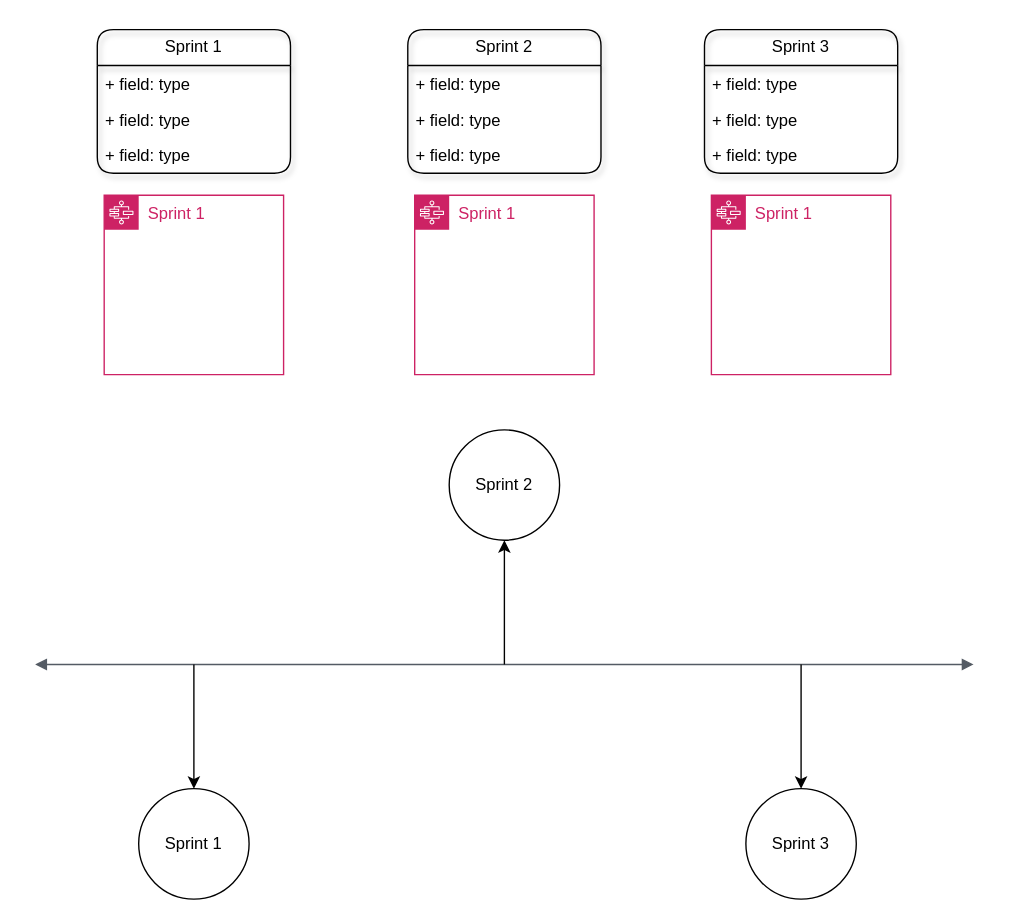
Before: Project: Agile Software Engineering Diagram 2.drawio in Matasem-h/SimpleFlowcharts, a draw.io diagram. Source tidied: cells renumbered, new cells numbered last; positions are measured from the earlier drawing's top-left corner, leaving out a move shared by most shapes. Both pictures are drawn from the tidied source at 138%, with x=0, y=0 at pixel (34, 29).
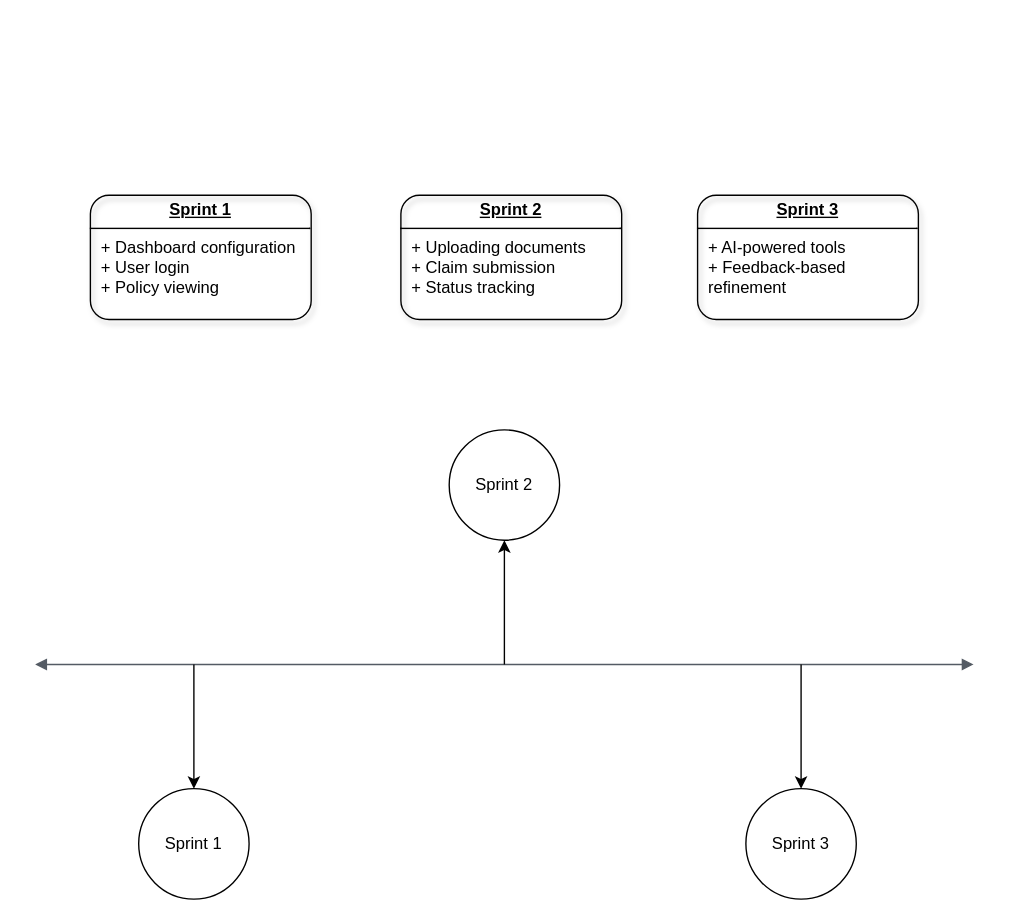
After the change.

Diff of the diagram source:
```diff
@@
-    <mxCell id="9" value="Sprint 1" style="gradientColor=none;html=1;whiteSpace=wrap;fontSize=12;fontStyle=0;shape=mxgraph.aws4.group;grIcon=mxgraph.aws4.group_aws_step_functions_workflow;strokeColor=#CD2264;fillColor=none;verticalAlign=top;align=left;spacingLeft=30;fontColor=#CD2264;dashed=0;" parent="1" vertex="1">
-      <mxGeometry x="50" y="120" width="130" height="130" as="geometry" />
-    </mxCell>
-    <mxCell id="10" value="Sprint 1" style="gradientColor=none;html=1;whiteSpace=wrap;fontSize=12;fontStyle=0;shape=mxgraph.aws4.group;grIcon=mxgraph.aws4.group_aws_step_functions_workflow;strokeColor=#CD2264;fillColor=none;verticalAlign=top;align=left;spacingLeft=30;fontColor=#CD2264;dashed=0;" parent="1" vertex="1">
-      <mxGeometry x="275" y="120" width="130" height="130" as="geometry" />
-    </mxCell>
-    <mxCell id="11" value="Sprint 1" style="gradientColor=none;html=1;whiteSpace=wrap;fontSize=12;fontStyle=0;shape=mxgraph.aws4.group;grIcon=mxgraph.aws4.group_aws_step_functions_workflow;strokeColor=#CD2264;fillColor=none;verticalAlign=top;align=left;spacingLeft=30;fontColor=#CD2264;dashed=0;" parent="1" vertex="1">
-      <mxGeometry x="490" y="120" width="130" height="130" as="geometry" />
-    </mxCell>
-    <mxCell id="12" value="Sprint 1" style="swimlane;fontStyle=0;horizontal=1;startSize=26;fillColor=none;whiteSpace=wrap;html=1;swimlaneLine=1;glass=0;rounded=1;shadow=1;" parent="1" vertex="1">
-      <mxGeometry x="45" width="140" height="104" as="geometry" />
-    </mxCell>
-    <mxCell id="13" value="+ field: type" style="text;strokeColor=none;fillColor=none;align=left;verticalAlign=top;spacingLeft=4;spacingRight=4;overflow=hidden;whiteSpace=wrap;html=1;" parent="12" vertex="1">
-      <mxGeometry y="26" width="140" height="26" as="geometry" />
-    </mxCell>
-    <mxCell id="14" value="+ field: type" style="text;strokeColor=none;fillColor=none;align=left;verticalAlign=top;spacingLeft=4;spacingRight=4;overflow=hidden;whiteSpace=wrap;html=1;" parent="12" vertex="1">
-      <mxGeometry y="52" width="140" height="26" as="geometry" />
-    </mxCell>
-    <mxCell id="15" value="+ field: type" style="text;strokeColor=none;fillColor=none;align=left;verticalAlign=top;spacingLeft=4;spacingRight=4;overflow=hidden;whiteSpace=wrap;html=1;" parent="12" vertex="1">
-      <mxGeometry y="78" width="140" height="26" as="geometry" />
-    </mxCell>
-    <mxCell id="16" value="Sprint 2" style="swimlane;fontStyle=0;horizontal=1;startSize=26;fillColor=none;whiteSpace=wrap;html=1;shadow=1;rounded=1;" parent="1" vertex="1">
-      <mxGeometry x="270" width="140" height="104" as="geometry" />
-    </mxCell>
-    <mxCell id="17" value="+ field: type" style="text;strokeColor=none;fillColor=none;align=left;verticalAlign=top;spacingLeft=4;spacingRight=4;overflow=hidden;whiteSpace=wrap;html=1;" parent="16" vertex="1">
-      <mxGeometry y="26" width="140" height="26" as="geometry" />
-    </mxCell>
-    <mxCell id="18" value="+ field: type" style="text;strokeColor=none;fillColor=none;align=left;verticalAlign=top;spacingLeft=4;spacingRight=4;overflow=hidden;whiteSpace=wrap;html=1;" parent="16" vertex="1">
-      <mxGeometry y="52" width="140" height="26" as="geometry" />
-    </mxCell>
-    <mxCell id="19" value="+ field: type" style="text;strokeColor=none;fillColor=none;align=left;verticalAlign=top;spacingLeft=4;spacingRight=4;overflow=hidden;whiteSpace=wrap;html=1;" parent="16" vertex="1">
-      <mxGeometry y="78" width="140" height="26" as="geometry" />
-    </mxCell>
-    <mxCell id="20" value="Sprint 3" style="swimlane;fontStyle=0;horizontal=1;startSize=26;fillColor=none;whiteSpace=wrap;html=1;shadow=1;rounded=1;" parent="1" vertex="1">
-      <mxGeometry x="485" width="140" height="104" as="geometry" />
-    </mxCell>
-    <mxCell id="21" value="+ field: type" style="text;strokeColor=none;fillColor=none;align=left;verticalAlign=top;spacingLeft=4;spacingRight=4;overflow=hidden;whiteSpace=wrap;html=1;" parent="20" vertex="1">
-      <mxGeometry y="26" width="140" height="26" as="geometry" />
-    </mxCell>
-    <mxCell id="22" value="+ field: type" style="text;strokeColor=none;fillColor=none;align=left;verticalAlign=top;spacingLeft=4;spacingRight=4;overflow=hidden;whiteSpace=wrap;html=1;" parent="20" vertex="1">
-      <mxGeometry y="52" width="140" height="26" as="geometry" />
-    </mxCell>
-    <mxCell id="23" value="+ field: type" style="text;strokeColor=none;fillColor=none;align=left;verticalAlign=top;spacingLeft=4;spacingRight=4;overflow=hidden;whiteSpace=wrap;html=1;" parent="20" vertex="1">
-      <mxGeometry y="78" width="140" height="26" as="geometry" />
-    </mxCell>
+    <mxCell id="24" value="&lt;p style=&quot;margin: 4px 0px 0px; text-align: center; text-decoration: underline;&quot;&gt;&lt;b&gt;Sprint 1&lt;/b&gt;&lt;/p&gt;&lt;hr size=&quot;1&quot; style=&quot;border-style:solid;&quot;&gt;&lt;p style=&quot;margin:0px;margin-left:8px;&quot;&gt;+ Dashboard configuration&lt;br&gt;+ User login&lt;br&gt;+ Policy viewing&lt;/p&gt;" style="verticalAlign=top;align=left;overflow=fill;html=1;whiteSpace=wrap;rounded=1;shadow=1;glass=0;strokeColor=default;strokeWidth=1;arcSize=15;fontFamily=Helvetica;fontSize=12;fontColor=default;fontStyle=0;horizontal=1;fillColor=none;" parent="1" vertex="1">
+      <mxGeometry x="40" y="120" width="160" height="90" as="geometry" />
+    </mxCell>
+    <mxCell id="25" value="&lt;p style=&quot;margin: 4px 0px 0px; text-align: center; text-decoration: underline;&quot;&gt;&lt;b&gt;Sprint 2&lt;/b&gt;&lt;/p&gt;&lt;hr size=&quot;1&quot; style=&quot;border-style:solid;&quot;&gt;&lt;p style=&quot;margin:0px;margin-left:8px;&quot;&gt;+ Uploading documents&lt;br&gt;+ Claim submission&lt;br&gt;+ Status tracking&lt;/p&gt;" style="verticalAlign=top;align=left;overflow=fill;html=1;whiteSpace=wrap;rounded=1;shadow=1;glass=0;strokeColor=default;strokeWidth=1;arcSize=15;fontFamily=Helvetica;fontSize=12;fontColor=default;fontStyle=0;horizontal=1;fillColor=none;" parent="1" vertex="1">
+      <mxGeometry x="265" y="120" width="160" height="90" as="geometry" />
+    </mxCell>
+    <mxCell id="26" value="&lt;p style=&quot;margin: 4px 0px 0px; text-align: center; text-decoration: underline;&quot;&gt;&lt;b&gt;Sprint 3&lt;/b&gt;&lt;/p&gt;&lt;hr size=&quot;1&quot; style=&quot;border-style:solid;&quot;&gt;&lt;p style=&quot;margin:0px;margin-left:8px;&quot;&gt;+ AI-powered tools&lt;br&gt;+ Feedback-based refinement&lt;/p&gt;" style="verticalAlign=top;align=left;overflow=fill;html=1;whiteSpace=wrap;rounded=1;shadow=1;glass=0;strokeColor=default;strokeWidth=1;arcSize=15;fontFamily=Helvetica;fontSize=12;fontColor=default;fontStyle=0;horizontal=1;fillColor=none;" parent="1" vertex="1">
+      <mxGeometry x="480" y="120" width="160" height="90" as="geometry" />
+    </mxCell>
```
